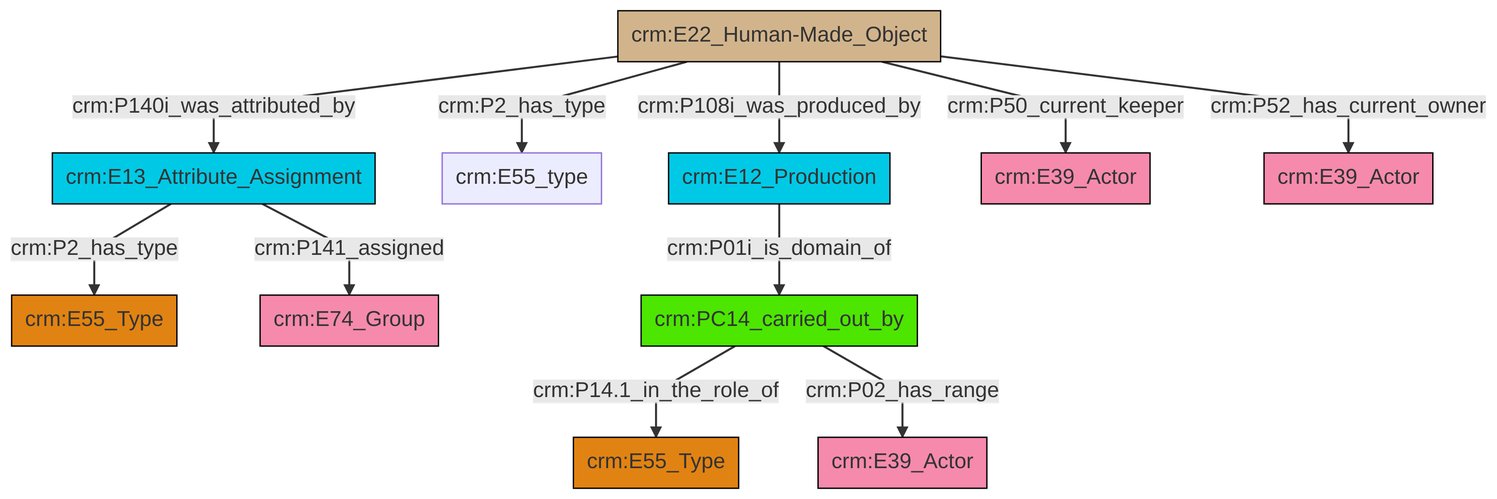
swiss-art-research-net/reference-data-models keeps this Mermaid diagram as et/artworkCSV/ttl/mmd/png/Artwork_Actor_Relations.png. Above is the earlier version. Its source is kept beside it as et/artworkCSV/ttl/mmd/Artwork_Actor_Relations.ttl.mmd.
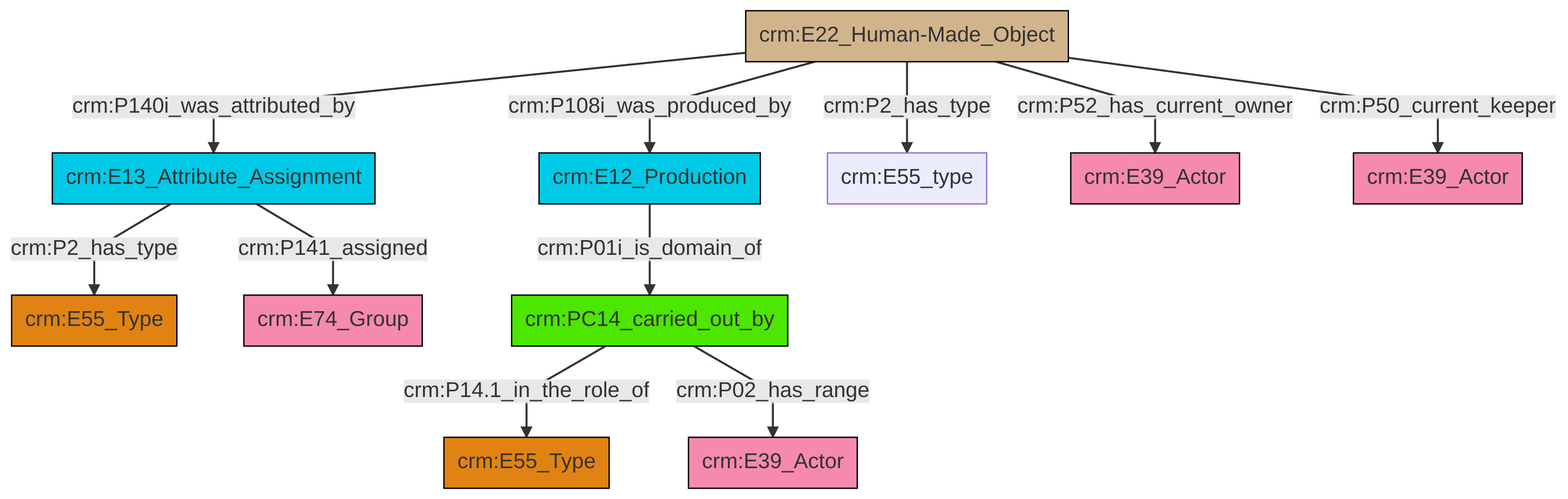
After the change.

The edit, as a diff of the source:
```diff
@@ -13,13 +13,13 @@
 classDef PC_Classes fill:#4ce600, stroke:#000000;
 classDef Multi fill:#cccccc,stroke:#000000;
 
-7["crm:E22_Human-Made_Object"]:::Physical_Thing -->|crm:P2_has_type| 8["crm:E55_type"]:::Default
-7["crm:E22_Human-Made_Object"]:::Physical_Thing -->|crm:P140i_was_attributed_by| 4["crm:E13_Attribute_Assignment"]:::Temporal_Entity
+4["crm:E13_Attribute_Assignment"]:::Temporal_Entity -->|crm:P141_assigned| 6["crm:E74_Group"]:::Actor
+9["crm:E12_Production"]:::Temporal_Entity -->|crm:P01i_is_domain_of| 10["crm:PC14_carried_out_by"]:::PC_Classes
+2["crm:E22_Human-Made_Object"]:::Physical_Thing -->|crm:P2_has_type| 13["crm:E55_type"]:::Default
+10["crm:PC14_carried_out_by"]:::PC_Classes -->|crm:P14.1_in_the_role_of| 7["crm:E55_Type"]:::Type
+2["crm:E22_Human-Made_Object"]:::Physical_Thing -->|crm:P108i_was_produced_by| 9["crm:E12_Production"]:::Temporal_Entity
+10["crm:PC14_carried_out_by"]:::PC_Classes -->|crm:P02_has_range| 17["crm:E39_Actor"]:::Actor
+2["crm:E22_Human-Made_Object"]:::Physical_Thing -->|crm:P50_current_keeper| 19["crm:E39_Actor"]:::Actor
+2["crm:E22_Human-Made_Object"]:::Physical_Thing -->|crm:P52_has_current_owner| 15["crm:E39_Actor"]:::Actor
+2["crm:E22_Human-Made_Object"]:::Physical_Thing -->|crm:P140i_was_attributed_by| 4["crm:E13_Attribute_Assignment"]:::Temporal_Entity
 4["crm:E13_Attribute_Assignment"]:::Temporal_Entity -->|crm:P2_has_type| 0["crm:E55_Type"]:::Type
-12["crm:PC14_carried_out_by"]:::PC_Classes -->|crm:P14.1_in_the_role_of| 13["crm:E55_Type"]:::Type
-7["crm:E22_Human-Made_Object"]:::Physical_Thing -->|crm:P52_has_current_owner| 19["crm:E39_Actor"]:::Actor
-4["crm:E13_Attribute_Assignment"]:::Temporal_Entity -->|crm:P141_assigned| 2["crm:E74_Group"]:::Actor
-12["crm:PC14_carried_out_by"]:::PC_Classes -->|crm:P02_has_range| 15["crm:E39_Actor"]:::Actor
-7["crm:E22_Human-Made_Object"]:::Physical_Thing -->|crm:P50_current_keeper| 17["crm:E39_Actor"]:::Actor
-7["crm:E22_Human-Made_Object"]:::Physical_Thing -->|crm:P108i_was_produced_by| 9["crm:E12_Production"]:::Temporal_Entity
-9["crm:E12_Production"]:::Temporal_Entity -->|crm:P01i_is_domain_of| 12["crm:PC14_carried_out_by"]:::PC_Classes
```
